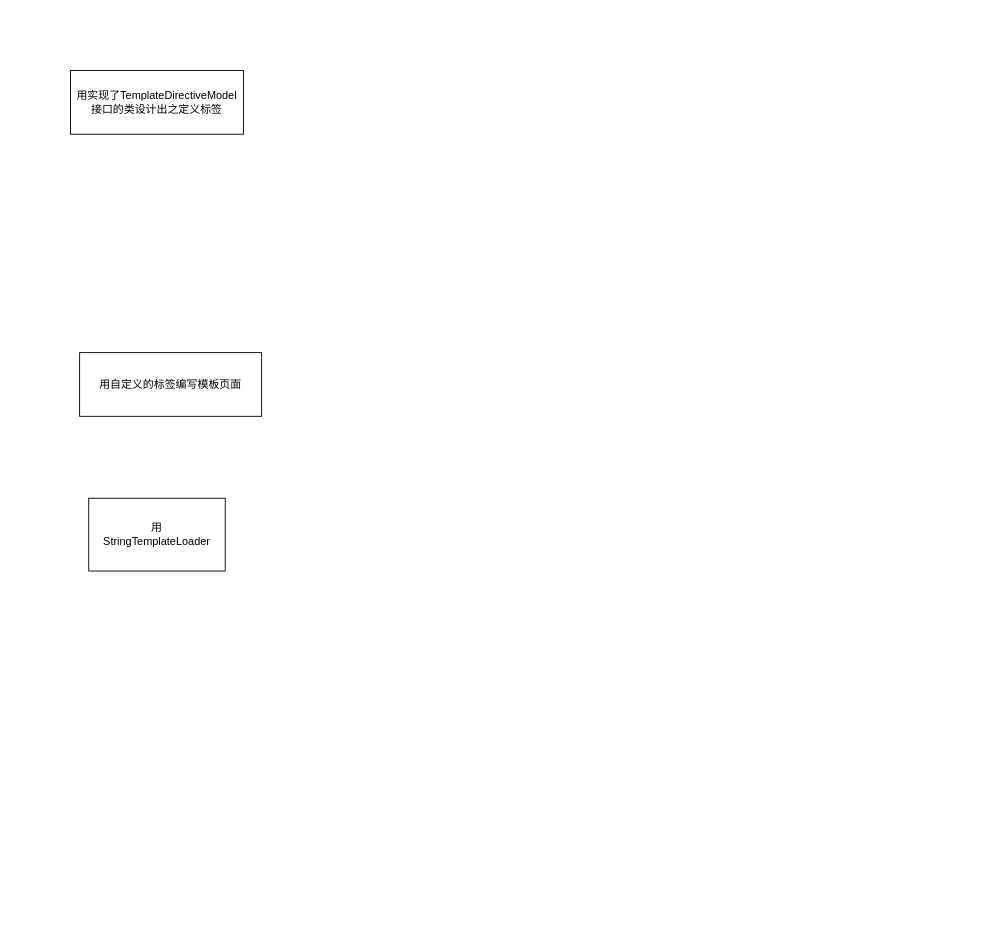
Above: ms-doc/自定义标签实现原理.drawio in loverfang/ms-mcms-source (draw.io), before the change. Source tidied: cells renumbered, new cells numbered last; positions are measured from the earlier drawing's top-left corner, leaving out a move shared by most shapes. Both pictures are drawn from the tidied source at 91%, with x=0, y=0 at pixel (70, 70).
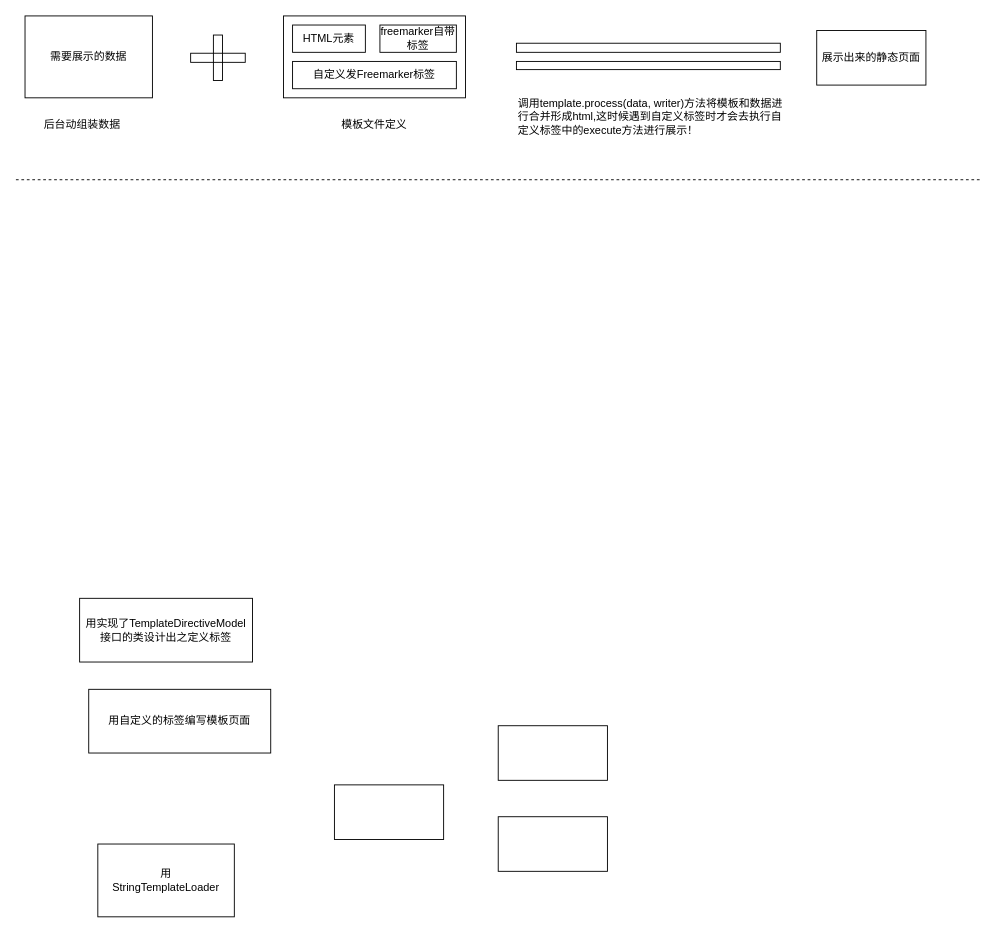
The same page after the edit.

Commit message:
Update 自定义标签实现原理.drawio

The edit, as a diff of the source:
```diff
@@
     <mxCell id="2" value="用&lt;br&gt;StringTemplateLoader" style="rounded=0;whiteSpace=wrap;html=1;fillColor=none;strokeColor=#000000;" parent="1" vertex="1">
-      <mxGeometry x="20" y="470" width="150" height="80" as="geometry" />
+      <mxGeometry x="30" y="850" width="150" height="80" as="geometry" />
     </mxCell>
     <mxCell id="3" value="用自定义的标签编写模板页面" style="rounded=0;whiteSpace=wrap;html=1;" parent="1" vertex="1">
-      <mxGeometry x="10" y="310" width="200" height="70" as="geometry" />
+      <mxGeometry x="20" y="680" width="200" height="70" as="geometry" />
     </mxCell>
     <mxCell id="4" value="用实现了TemplateDirectiveModel接口的类设计出之定义标签" style="rounded=0;whiteSpace=wrap;html=1;strokeColor=#000000;fillColor=none;" parent="1" vertex="1">
-      <mxGeometry width="190" height="70" as="geometry" />
+      <mxGeometry x="10" y="580" width="190" height="70" as="geometry" />
     </mxCell>
+    <mxCell id="5" value="需要展示的数据" style="rounded=0;whiteSpace=wrap;html=1;strokeColor=#000000;fillColor=none;" parent="1" vertex="1">
+      <mxGeometry x="-50" y="-60" width="140" height="90" as="geometry" />
+    </mxCell>
+    <mxCell id="6" style="rounded=0;whiteSpace=wrap;html=1;strokeColor=#000000;fillColor=none;" parent="1" vertex="1">
+      <mxGeometry x="234" y="-60" width="200" height="90" as="geometry" />
+    </mxCell>
+    <mxCell id="7" style="rounded=0;whiteSpace=wrap;html=1;strokeColor=#000000;fillColor=none;" parent="1" vertex="1">
+      <mxGeometry x="470" y="820" width="120" height="60" as="geometry" />
+    </mxCell>
+    <mxCell id="8" style="rounded=0;whiteSpace=wrap;html=1;strokeColor=#000000;fillColor=none;" parent="1" vertex="1">
+      <mxGeometry x="470" y="720" width="120" height="60" as="geometry" />
+    </mxCell>
+    <mxCell id="9" style="rounded=0;whiteSpace=wrap;html=1;strokeColor=#000000;fillColor=none;" parent="1" vertex="1">
+      <mxGeometry x="290" y="785" width="120" height="60" as="geometry" />
+    </mxCell>
+    <mxCell id="10" value="HTML元素" style="rounded=0;whiteSpace=wrap;html=1;strokeColor=#000000;fillColor=none;" parent="1" vertex="1">
+      <mxGeometry x="244" y="-50" width="80" height="30" as="geometry" />
+    </mxCell>
+    <mxCell id="11" value="freemarker自带标签" style="rounded=0;whiteSpace=wrap;html=1;strokeColor=#000000;fillColor=none;" parent="1" vertex="1">
+      <mxGeometry x="340" y="-50" width="84" height="30" as="geometry" />
+    </mxCell>
+    <mxCell id="12" value="自定义发Freemarker标签" style="rounded=0;whiteSpace=wrap;html=1;strokeColor=#000000;fillColor=none;" parent="1" vertex="1">
+      <mxGeometry x="244" y="-10" width="180" height="30" as="geometry" />
+    </mxCell>
+    <mxCell id="13" value="展示出来的静态页面" style="rounded=0;whiteSpace=wrap;html=1;strokeColor=#000000;fillColor=none;" parent="1" vertex="1">
+      <mxGeometry x="820" y="-44" width="120" height="60" as="geometry" />
+    </mxCell>
+    <mxCell id="14" style="group;" parent="1" vertex="1">
+      <mxGeometry x="132" y="-39" width="60" height="50" as="geometry" />
+    </mxCell>
+    <mxCell id="15" style="rounded=0;whiteSpace=wrap;html=1;strokeColor=#000000;fillColor=none;" parent="14" vertex="1">
+      <mxGeometry y="20" width="60" height="10" as="geometry" />
+    </mxCell>
+    <mxCell id="16" style="rounded=0;whiteSpace=wrap;html=1;strokeColor=#000000;fillColor=none;" parent="14" vertex="1">
+      <mxGeometry x="25" width="10" height="50" as="geometry" />
+    </mxCell>
+    <mxCell id="17" style="rounded=0;whiteSpace=wrap;html=1;strokeColor=#000000;fillColor=none;" parent="1" vertex="1">
+      <mxGeometry x="490" y="-30" width="290" height="10" as="geometry" />
+    </mxCell>
+    <mxCell id="18" style="rounded=0;whiteSpace=wrap;html=1;strokeColor=#000000;fillColor=none;" parent="1" vertex="1">
+      <mxGeometry x="490" y="-10" width="290" height="9" as="geometry" />
+    </mxCell>
+    <mxCell id="19" value="模板文件定义" style="text;html=1;strokeColor=none;fillColor=none;align=center;verticalAlign=middle;whiteSpace=wrap;rounded=0;" parent="1" vertex="1">
+      <mxGeometry x="271" y="50" width="126" height="20" as="geometry" />
+    </mxCell>
+    <mxCell id="20" value="后台动组装数据" style="text;html=1;strokeColor=none;fillColor=none;align=center;verticalAlign=middle;whiteSpace=wrap;rounded=0;" parent="1" vertex="1">
+      <mxGeometry x="-50" y="50" width="126" height="20" as="geometry" />
+    </mxCell>
+    <mxCell id="21" value="调用template.process(data, writer)方法将模板和数据进行合并形成html,这时候遇到自定义标签时才会去执行自定义标签中的execute方法进行展示！" style="text;html=1;strokeColor=none;fillColor=none;align=left;verticalAlign=middle;whiteSpace=wrap;rounded=0;" parent="1" vertex="1">
+      <mxGeometry x="490" y="11" width="300" height="80" as="geometry" />
+    </mxCell>
+    <mxCell id="22" style="endArrow=none;dashed=1;html=1;" parent="1" edge="1">
+      <mxGeometry relative="1" as="geometry">
+        <mxPoint x="-60" y="120" as="sourcePoint" />
+        <mxPoint x="1000" y="120" as="targetPoint" />
+      </mxGeometry>
+    </mxCell>
```
